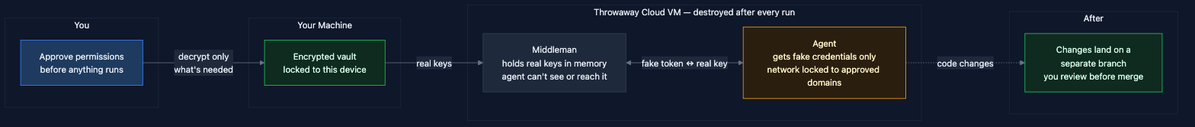
Before: docs/diagrams/security-model.png, a diagram exported from Mermaid (andybrowning5/primordial-agentstore). Its source is kept beside it as docs/diagrams/security-model.mmd.
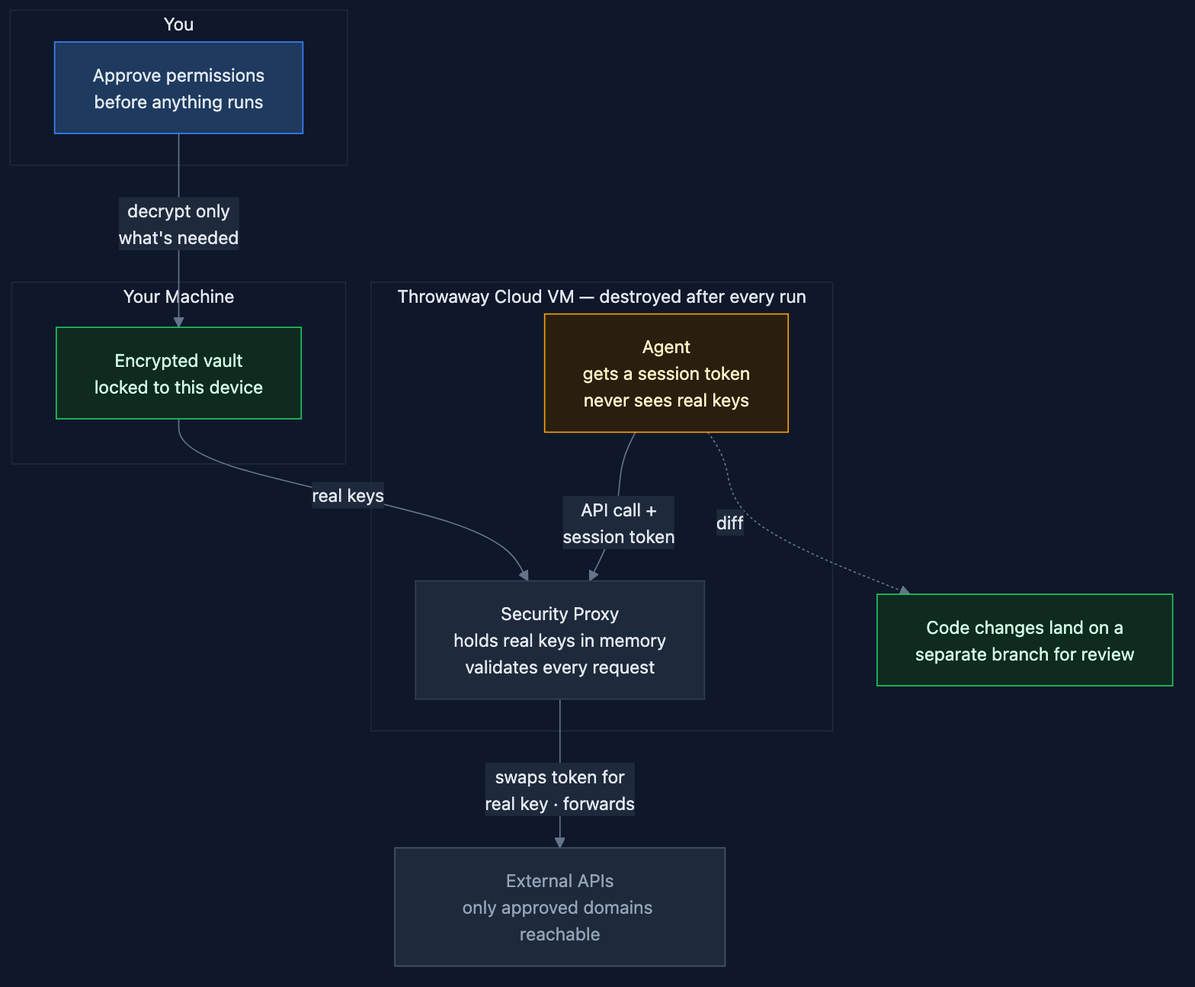
After the commit.

Commit message:
Refine security model diagram — security proxy + session tokens

Diff of the diagram source:
```diff
@@ -1,4 +1,4 @@
-graph LR
+graph TB
     subgraph you ["You"]
         approve["Approve permissions\nbefore anything runs"]
     end
@@ -8,24 +8,27 @@
     end
 
     subgraph cloud ["Throwaway Cloud VM — destroyed after every run"]
-        middleman["Middleman\nholds real keys in memory\nagent can't see or reach it"]
-        agent["Agent\ngets fake credentials only\nnetwork locked to approved domains"]
+        agent["Agent\ngets a session token\nnever sees real keys"]
+        proxy["Security Proxy\nholds real keys in memory\nvalidates every request"]
+        agent -->|"API call +\nsession token"| proxy
     end
 
-    subgraph after ["After"]
-        branch["Changes land on a\nseparate branch\nyou review before merge"]
-    end
+    apis["External APIs\nonly approved domains reachable"]
+
+    branch["Code changes land on a\nseparate branch for review"]
 
     approve -->|"decrypt only\nwhat's needed"| vault
-    vault -->|"real keys"| middleman
-    middleman <-->|"fake token ↔ real key"| agent
-    agent -.->|"code changes"| branch
+    vault -->|"real keys"| proxy
+    proxy -->|"swaps token for\nreal key · forwards"| apis
+    agent -.->|"diff"| branch
 
     classDef default fill:#1e293b,stroke:#334155,color:#e2e8f0
     classDef green fill:#0f2a1f,stroke:#22c55e,color:#d1fae5
     classDef amber fill:#2a1f0f,stroke:#f59e0b,color:#fef3c7
     classDef blue fill:#1e3a5f,stroke:#3b82f6,color:#e2e8f0
+    classDef dim fill:#1e293b,stroke:#475569,color:#94a3b8
 
     class vault,branch green
     class agent amber
     class approve blue
+    class apis dim
```
